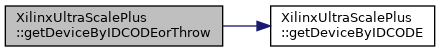
Above: classXilinxUltraScalePlus_a260e46db70345e03ee37836fb84b7e9f_cgraph.png in FPGA-Research-Manchester/byteman (Graphviz), before the change. Its source is kept beside it as classXilinxUltraScalePlus_a260e46db70345e03ee37836fb84b7e9f_cgraph.dot. The source it was exported from:
```dot
digraph "XilinxUltraScalePlus::getDeviceByIDCODEorThrow"
{
  edge [fontname="Helvetica",fontsize="10",labelfontname="Helvetica",labelfontsize="10"];
  node [fontname="Helvetica",fontsize="10",shape=record];
  rankdir="LR";
  Node1 [label="XilinxUltraScalePlus\l::getDeviceByIDCODEorThrow",height=0.2,width=0.4,color="black", fillcolor="grey75", style="filled", fontcolor="black",tooltip=" "];
  Node1 -> Node2 [color="midnightblue",fontsize="10",style="solid",fontname="Helvetica"];
  Node2 [label="XilinxUltraScalePlus\l::getDeviceByIDCODE",height=0.2,width=0.4,color="black", fillcolor="white", style="filled",URL="$classXilinxUltraScalePlus.html#ac6b62d574927bf0a5b301313f93aa03a",tooltip=" "];
}
```
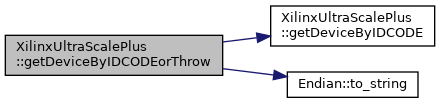
The same file after the commit.

Diff of the diagram source:
```diff
@@ -6,4 +6,6 @@
   Node1 [label="XilinxUltraScalePlus\l::getDeviceByIDCODEorThrow",height=0.2,width=0.4,color="black", fillcolor="grey75", style="filled", fontcolor="black",tooltip=" "];
   Node1 -> Node2 [color="midnightblue",fontsize="10",style="solid",fontname="Helvetica"];
   Node2 [label="XilinxUltraScalePlus\l::getDeviceByIDCODE",height=0.2,width=0.4,color="black", fillcolor="white", style="filled",URL="$classXilinxUltraScalePlus.html#ac6b62d574927bf0a5b301313f93aa03a",tooltip=" "];
+  Node1 -> Node3 [color="midnightblue",fontsize="10",style="solid",fontname="Helvetica"];
+  Node3 [label="Endian::to_string",height=0.2,width=0.4,color="black", fillcolor="white", style="filled",URL="$namespaceEndian.html#a8ec188b346b1ec0ff9004c53dab82053",tooltip=" "];
 }
```
